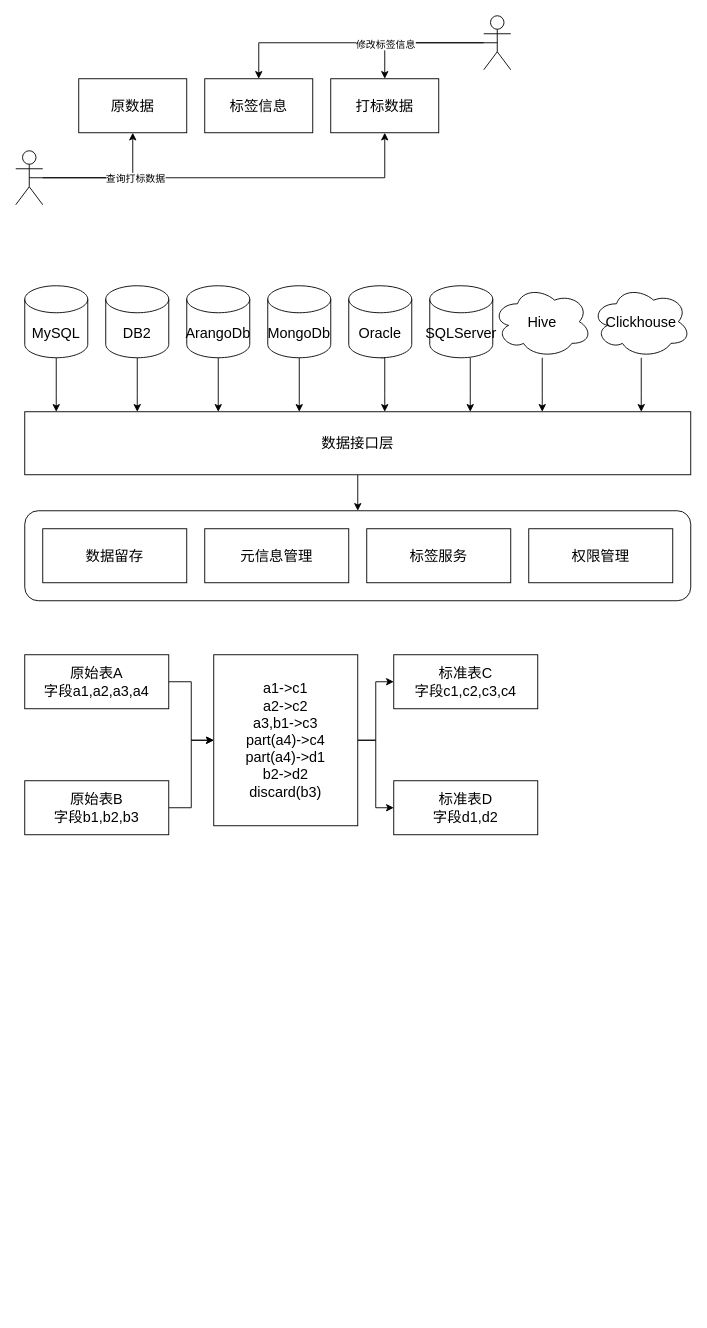
Before: 未命名绘图.drawio in dcvx/draw.io, a draw.io diagram. Source tidied: cells renumbered, new cells numbered last; positions are measured from the earlier drawing's top-left corner, leaving out a move shared by most shapes. Both pictures are drawn from the tidied source at 90%, with x=0, y=0 at pixel (15, 15).
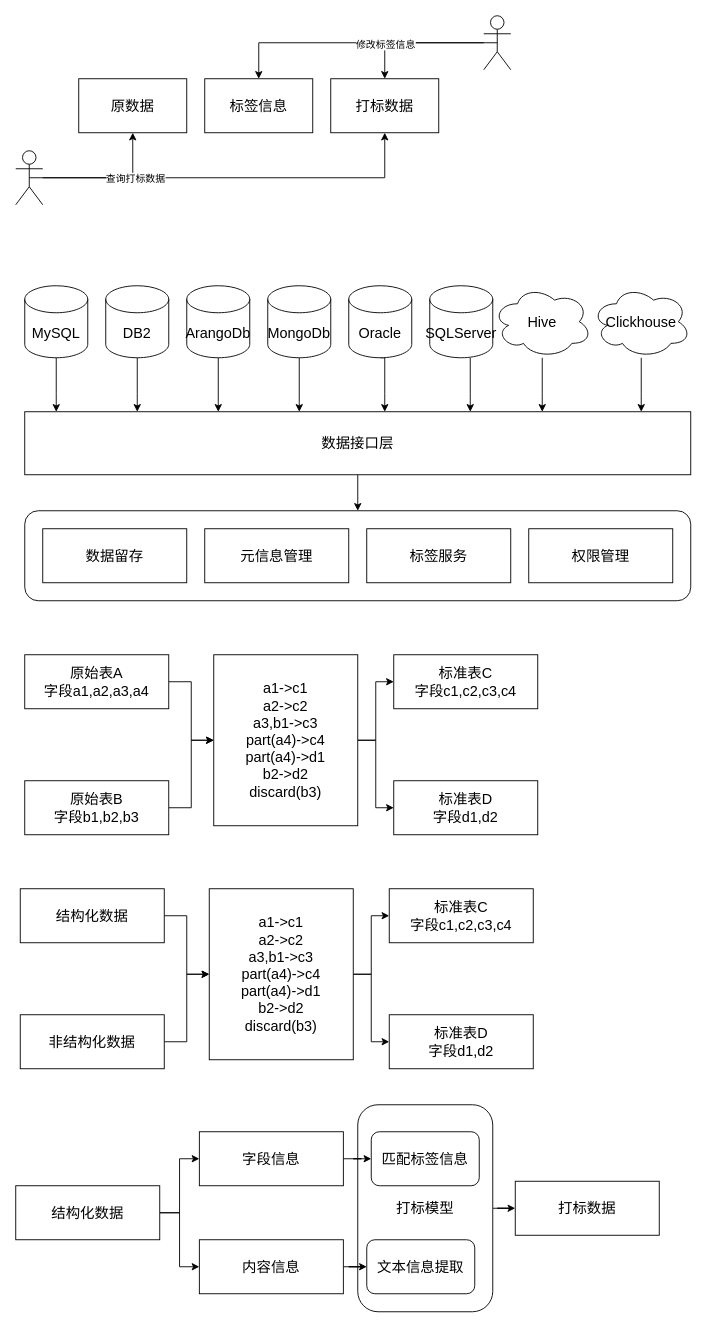
After the change.

Commit message:
更新未命名绘图.drawio

Diff of the diagram source:
```diff
@@
+    <mxCell id="45" style="edgeStyle=orthogonalEdgeStyle;rounded=0;jettySize=auto;html=1;" parent="1" edge="1" source="46" target="65">
+      <mxGeometry relative="1" as="geometry" />
+    </mxCell>
+    <mxCell id="46" value="打标模型" style="rounded=1;whiteSpace=wrap;html=1;fontSize=16;" parent="1" vertex="1">
+      <mxGeometry x="380" y="1210" width="150" height="230" as="geometry" />
+    </mxCell>
@@
+    <mxCell id="47" style="edgeStyle=orthogonalEdgeStyle;rounded=0;jettySize=auto;html=1;" parent="1" edge="1" source="48" target="55">
+      <mxGeometry relative="1" as="geometry" />
+    </mxCell>
+    <mxCell id="48" value="结构化数据" style="rounded=0;whiteSpace=wrap;html=1;fontSize=16;" parent="1" vertex="1">
+      <mxGeometry x="5" y="970" width="160" height="60" as="geometry" />
+    </mxCell>
+    <mxCell id="49" style="edgeStyle=orthogonalEdgeStyle;rounded=0;jettySize=auto;html=1;" parent="1" edge="1" source="50" target="55">
+      <mxGeometry relative="1" as="geometry" />
+    </mxCell>
+    <mxCell id="50" value="非结构化数据" style="rounded=0;whiteSpace=wrap;html=1;fontSize=16;" parent="1" vertex="1">
+      <mxGeometry x="5" y="1110" width="160" height="60" as="geometry" />
+    </mxCell>
+    <mxCell id="51" value="标准表C&lt;br&gt;字段c1,c2,c3,c4" style="rounded=0;whiteSpace=wrap;html=1;fontSize=16;" parent="1" vertex="1">
+      <mxGeometry x="415" y="970" width="160" height="60" as="geometry" />
+    </mxCell>
+    <mxCell id="52" value="标准表D&lt;br&gt;字段d1,d2" style="rounded=0;whiteSpace=wrap;html=1;fontSize=16;" parent="1" vertex="1">
+      <mxGeometry x="415" y="1110" width="160" height="60" as="geometry" />
+    </mxCell>
+    <mxCell id="53" style="edgeStyle=orthogonalEdgeStyle;rounded=0;jettySize=auto;html=1;exitX=1;exitY=0.5;exitDx=0;exitDy=0;" parent="1" edge="1" source="55" target="51">
+      <mxGeometry relative="1" as="geometry" />
+    </mxCell>
+    <mxCell id="54" style="edgeStyle=orthogonalEdgeStyle;rounded=0;jettySize=auto;html=1;" parent="1" edge="1" source="55" target="52">
+      <mxGeometry relative="1" as="geometry" />
+    </mxCell>
+    <mxCell id="55" value="a1-&amp;gt;c1&lt;br style=&quot;border-color: var(--border-color); background-color: rgb(255, 255, 255);&quot;&gt;&lt;span style=&quot;border-color: var(--border-color); background-color: rgb(255, 255, 255);&quot;&gt;a2-&amp;gt;c2&lt;/span&gt;&lt;br style=&quot;border-color: var(--border-color); background-color: rgb(255, 255, 255);&quot;&gt;&lt;span style=&quot;border-color: var(--border-color); background-color: rgb(255, 255, 255);&quot;&gt;a3,b1-&amp;gt;c3&lt;/span&gt;&lt;br style=&quot;border-color: var(--border-color); background-color: rgb(255, 255, 255);&quot;&gt;&lt;span style=&quot;border-color: var(--border-color); background-color: rgb(255, 255, 255);&quot;&gt;part(a4)-&amp;gt;c4&lt;/span&gt;&lt;br style=&quot;border-color: var(--border-color); background-color: rgb(255, 255, 255);&quot;&gt;&lt;span style=&quot;border-color: var(--border-color); background-color: rgb(255, 255, 255);&quot;&gt;part(a4)-&amp;gt;d1&lt;/span&gt;&lt;br style=&quot;border-color: var(--border-color); background-color: rgb(255, 255, 255);&quot;&gt;&lt;span style=&quot;border-color: var(--border-color); background-color: rgb(255, 255, 255);&quot;&gt;b2-&amp;gt;d2&lt;br&gt;discard(b3)&lt;br&gt;&lt;/span&gt;" style="rounded=0;whiteSpace=wrap;html=1;fontSize=16;" parent="1" vertex="1">
+      <mxGeometry x="215" y="970" width="160" height="190" as="geometry" />
+    </mxCell>
+    <mxCell id="56" style="edgeStyle=orthogonalEdgeStyle;rounded=0;jettySize=auto;html=1;" parent="1" edge="1" source="58" target="60">
+      <mxGeometry relative="1" as="geometry" />
+    </mxCell>
+    <mxCell id="57" style="edgeStyle=orthogonalEdgeStyle;rounded=0;jettySize=auto;html=1;" parent="1" edge="1" source="58" target="62">
+      <mxGeometry relative="1" as="geometry" />
+    </mxCell>
+    <mxCell id="58" value="结构化数据" style="rounded=0;whiteSpace=wrap;html=1;fontSize=16;" parent="1" vertex="1">
+      <mxGeometry y="1300" width="160" height="60" as="geometry" />
+    </mxCell>
+    <mxCell id="59" style="edgeStyle=orthogonalEdgeStyle;rounded=0;jettySize=auto;html=1;" parent="1" edge="1" source="60" target="63">
+      <mxGeometry relative="1" as="geometry" />
+    </mxCell>
+    <mxCell id="60" value="字段信息" style="rounded=0;whiteSpace=wrap;html=1;fontSize=16;" parent="1" vertex="1">
+      <mxGeometry x="204" y="1240" width="160" height="60" as="geometry" />
+    </mxCell>
+    <mxCell id="61" style="edgeStyle=orthogonalEdgeStyle;rounded=0;jettySize=auto;html=1;entryX=0;entryY=0.5;entryDx=0;entryDy=0;" parent="1" edge="1" source="62" target="64">
+      <mxGeometry relative="1" as="geometry" />
+    </mxCell>
+    <mxCell id="62" value="内容信息" style="rounded=0;whiteSpace=wrap;html=1;fontSize=16;" parent="1" vertex="1">
+      <mxGeometry x="204" y="1360" width="160" height="60" as="geometry" />
+    </mxCell>
+    <mxCell id="63" value="匹配标签信息" style="rounded=1;whiteSpace=wrap;html=1;fontSize=16;" parent="1" vertex="1">
+      <mxGeometry x="395" y="1240" width="120" height="60" as="geometry" />
+    </mxCell>
+    <mxCell id="64" value="文本信息提取" style="rounded=1;whiteSpace=wrap;html=1;fontSize=16;" parent="1" vertex="1">
+      <mxGeometry x="390" y="1360" width="120" height="60" as="geometry" />
+    </mxCell>
+    <mxCell id="65" value="打标数据" style="rounded=0;whiteSpace=wrap;html=1;fontSize=16;" parent="1" vertex="1">
+      <mxGeometry x="555" y="1295" width="160" height="60" as="geometry" />
+    </mxCell>
```
